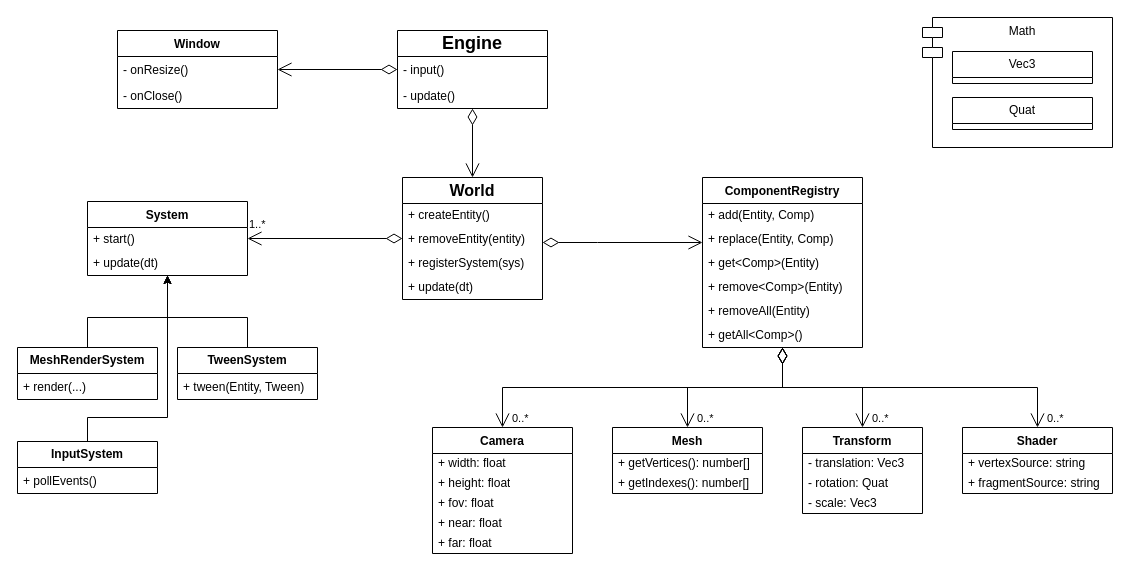
Before: engine.drawio in asimaruk/GGenie, a draw.io diagram. Source tidied: cells renumbered, new cells numbered last; positions are measured from the earlier drawing's top-left corner, leaving out a move shared by most shapes. Both pictures are drawn from the tidied source at 100%, with x=0, y=0 at pixel (17, 17).
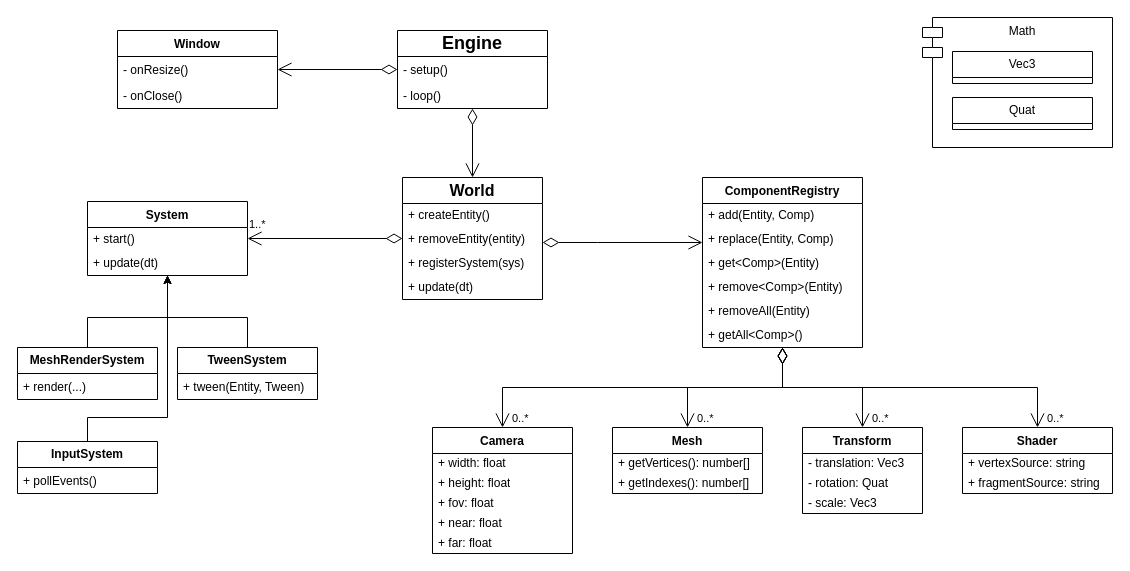
Above is the later version.

Commit message (it also covers changes not shown here):
UML paddings.

The change refers to these unchanged cells:
```xml
<mxCell id="5" value="Engine" style="swimlane;fontStyle=1;align=center;verticalAlign=middle;horizontal=1;startSize=26;whiteSpace=wrap;html=1;rounded=0;fontSize=18;" parent="1" vertex="1">
  <mxGeometry x="380" y="13" width="150" height="78" as="geometry" />
</mxCell>
```

Diff of the diagram source:
```diff
@@
-    <mxCell id="6" value="- input()" style="text;strokeColor=none;fillColor=none;align=left;verticalAlign=top;spacingLeft=4;spacingRight=4;overflow=hidden;whiteSpace=wrap;html=1;rounded=0;" parent="5" vertex="1">
+    <mxCell id="6" value="- setup()" style="text;strokeColor=none;fillColor=none;align=left;verticalAlign=top;spacingLeft=4;spacingRight=4;overflow=hidden;whiteSpace=wrap;html=1;rounded=0;" parent="5" vertex="1">
       <mxGeometry y="26" width="150" height="26" as="geometry" />
     </mxCell>
-    <mxCell id="7" value="- update()" style="text;strokeColor=none;fillColor=none;align=left;verticalAlign=top;spacingLeft=4;spacingRight=4;overflow=hidden;whiteSpace=wrap;html=1;rounded=0;" parent="5" vertex="1">
+    <mxCell id="7" value="- loop()" style="text;strokeColor=none;fillColor=none;align=left;verticalAlign=top;spacingLeft=4;spacingRight=4;overflow=hidden;whiteSpace=wrap;html=1;rounded=0;" parent="5" vertex="1">
       <mxGeometry y="52" width="150" height="26" as="geometry" />
     </mxCell>
```
